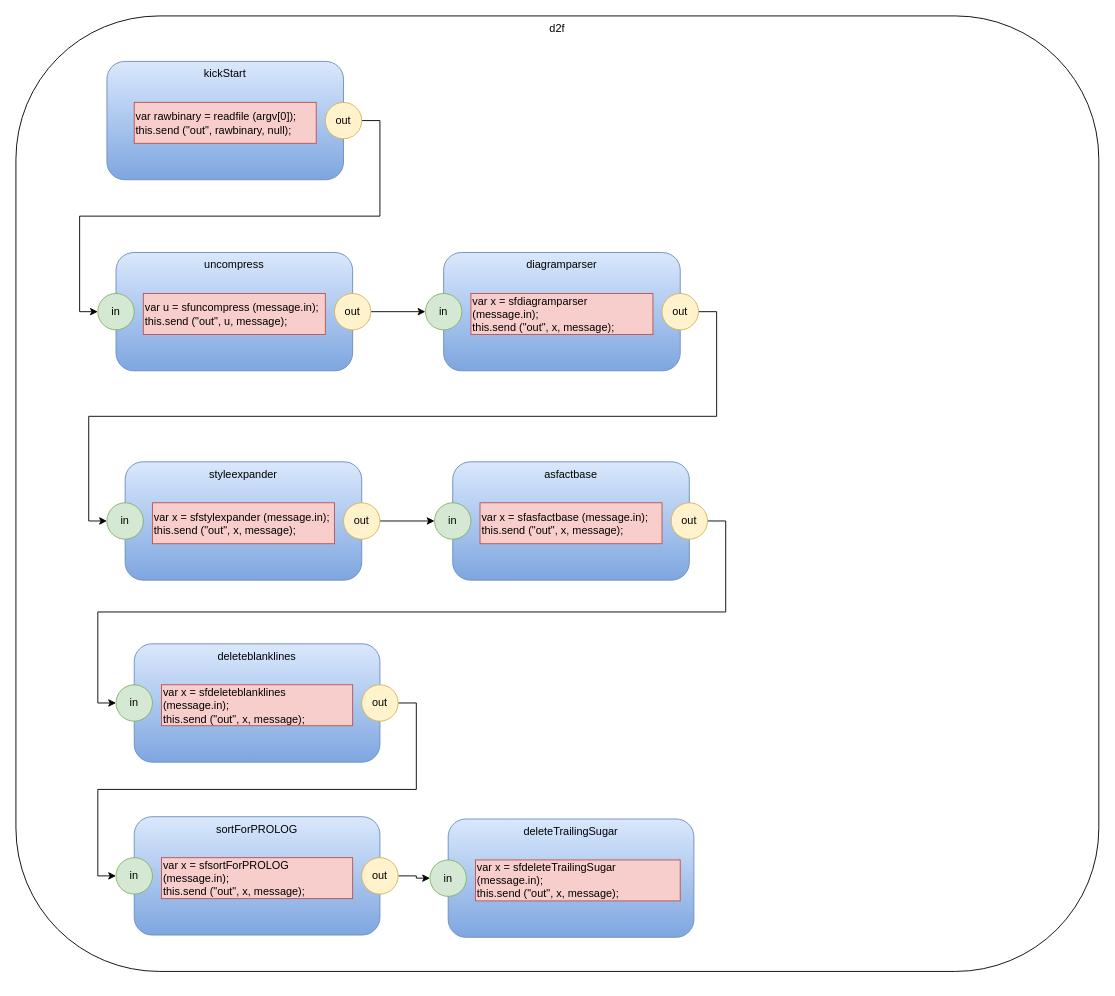
Earlier version of the draw.io diagram d2f.drawio (guitarvydas/d2json). Source tidied: cells renumbered, new cells numbered last; positions are measured from the earlier drawing's top-left corner, leaving out a move shared by most shapes. Both pictures are drawn from the tidied source at 91%, with x=0, y=0 at pixel (15, 15).
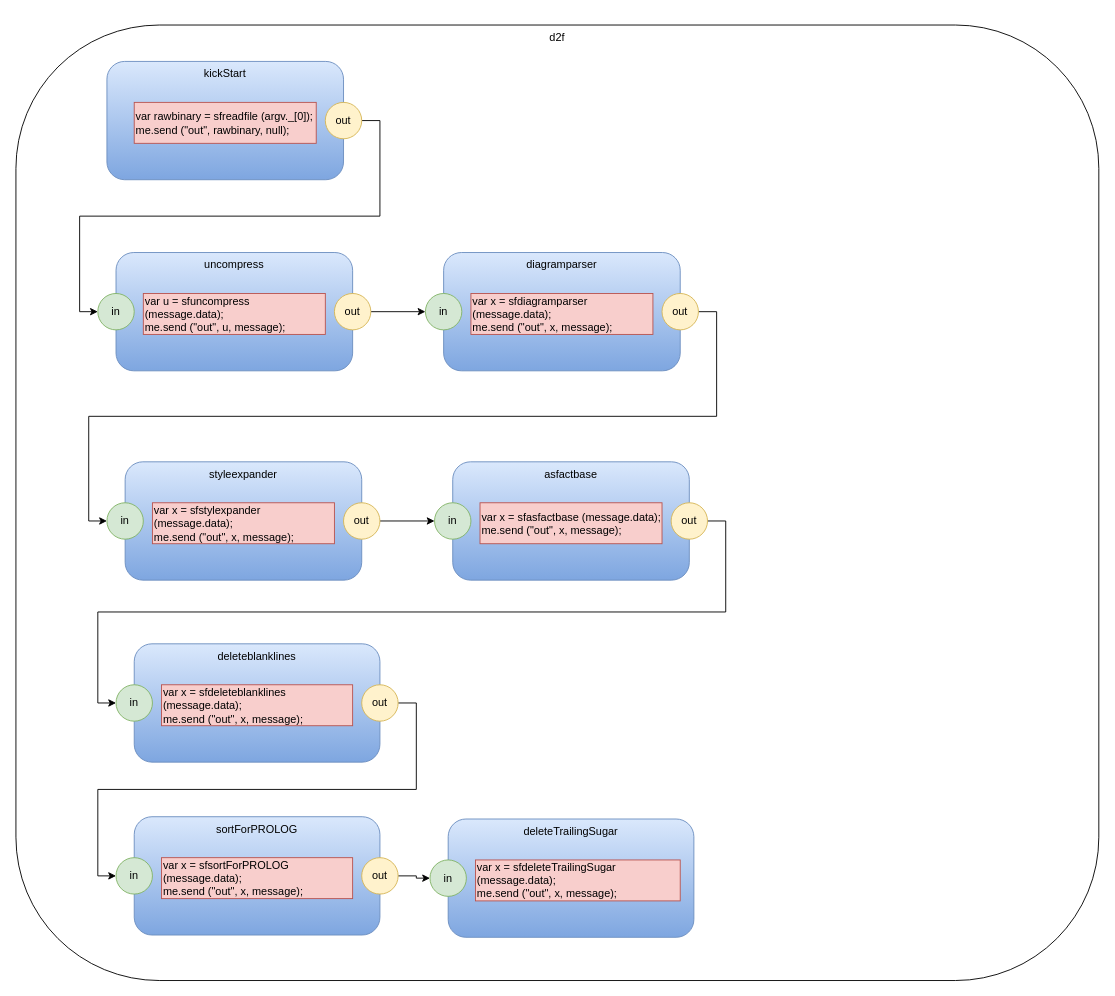
The same page after the edit.

Commit message (it also covers changes not shown here):
me. instead of this.

The edit, as a diff of the source:
```diff
@@
     <mxCell id="2" value="d2f" style="rounded=1;whiteSpace=wrap;html=1;verticalAlign=top;" parent="1" vertex="1">
-      <mxGeometry width="1190" height="1050" as="geometry" />
+      <mxGeometry y="10" width="1190" height="1050" as="geometry" />
     </mxCell>
@@
-    <mxCell id="5" value="var u = sfuncompress (message.in);&lt;br&gt;this.send (&quot;out&quot;, u, message);&lt;br&gt;&lt;div&gt;&lt;/div&gt;" style="rounded=0;whiteSpace=wrap;html=1;fillColor=#f8cecc;strokeColor=#b85450;align=left;" parent="1" vertex="1">
+    <mxCell id="5" value="var u = sfuncompress (message.data);&lt;br&gt;me.send (&quot;out&quot;, u, message);&lt;br&gt;&lt;div&gt;&lt;/div&gt;" style="rounded=0;whiteSpace=wrap;html=1;fillColor=#f8cecc;strokeColor=#b85450;align=left;" parent="1" vertex="1">
       <mxGeometry x="140" y="305" width="200" height="45" as="geometry" />
     </mxCell>
@@
-    <mxCell id="10" value="var x = sfdiagramparser (message.in);&lt;br&gt;this.send (&quot;out&quot;, x, message);&lt;br&gt;&lt;div&gt;&lt;/div&gt;" style="rounded=0;whiteSpace=wrap;html=1;fillColor=#f8cecc;strokeColor=#b85450;align=left;" parent="1" vertex="1">
+    <mxCell id="10" value="var x = sfdiagramparser (message.data);&lt;br&gt;me.send (&quot;out&quot;, x, message);&lt;br&gt;&lt;div&gt;&lt;/div&gt;" style="rounded=0;whiteSpace=wrap;html=1;fillColor=#f8cecc;strokeColor=#b85450;align=left;" parent="1" vertex="1">
       <mxGeometry x="500" y="305" width="200" height="45" as="geometry" />
     </mxCell>
@@
-    <mxCell id="14" value="var x = sfstylexpander (message.in);&lt;br&gt;this.send (&quot;out&quot;, x, message);&lt;br&gt;&lt;div&gt;&lt;/div&gt;" style="rounded=0;whiteSpace=wrap;html=1;fillColor=#f8cecc;strokeColor=#b85450;align=left;" parent="1" vertex="1">
+    <mxCell id="14" value="var x = sfstylexpander (message.data);&lt;br&gt;me.send (&quot;out&quot;, x, message);&lt;br&gt;&lt;div&gt;&lt;/div&gt;" style="rounded=0;whiteSpace=wrap;html=1;fillColor=#f8cecc;strokeColor=#b85450;align=left;" parent="1" vertex="1">
       <mxGeometry x="150" y="535" width="200" height="45" as="geometry" />
     </mxCell>
@@
-    <mxCell id="19" value="var x = sfasfactbase (message.in);&lt;br&gt;this.send (&quot;out&quot;, x, message);&lt;br&gt;&lt;div&gt;&lt;/div&gt;" style="rounded=0;whiteSpace=wrap;html=1;fillColor=#f8cecc;strokeColor=#b85450;align=left;" parent="1" vertex="1">
+    <mxCell id="19" value="var x = sfasfactbase (message.data);&lt;br&gt;me.send (&quot;out&quot;, x, message);&lt;br&gt;&lt;div&gt;&lt;/div&gt;" style="rounded=0;whiteSpace=wrap;html=1;fillColor=#f8cecc;strokeColor=#b85450;align=left;" parent="1" vertex="1">
       <mxGeometry x="510" y="535" width="200" height="45" as="geometry" />
     </mxCell>
@@
-    <mxCell id="24" value="var x = sfdeleteblanklines (message.in);&lt;br&gt;this.send (&quot;out&quot;, x, message);&lt;br&gt;&lt;div&gt;&lt;/div&gt;" style="rounded=0;whiteSpace=wrap;html=1;fillColor=#f8cecc;strokeColor=#b85450;align=left;" parent="1" vertex="1">
+    <mxCell id="24" value="var x = sfdeleteblanklines (message.data);&lt;br&gt;me.send (&quot;out&quot;, x, message);&lt;br&gt;&lt;div&gt;&lt;/div&gt;" style="rounded=0;whiteSpace=wrap;html=1;fillColor=#f8cecc;strokeColor=#b85450;align=left;" parent="1" vertex="1">
       <mxGeometry x="160" y="735" width="210" height="45" as="geometry" />
     </mxCell>
@@
-    <mxCell id="29" value="var x = sfsortForPROLOG (message.in);&lt;br&gt;this.send (&quot;out&quot;, x, message);&lt;br&gt;&lt;div&gt;&lt;/div&gt;" style="rounded=0;whiteSpace=wrap;html=1;fillColor=#f8cecc;strokeColor=#b85450;align=left;" parent="1" vertex="1">
+    <mxCell id="29" value="var x = sfsortForPROLOG (message.data);&lt;br&gt;me.send (&quot;out&quot;, x, message);&lt;br&gt;&lt;div&gt;&lt;/div&gt;" style="rounded=0;whiteSpace=wrap;html=1;fillColor=#f8cecc;strokeColor=#b85450;align=left;" parent="1" vertex="1">
       <mxGeometry x="160" y="925" width="210" height="45" as="geometry" />
     </mxCell>
@@
-    <mxCell id="34" value="var x = sfdeleteTrailingSugar (message.in);&lt;br&gt;this.send (&quot;out&quot;, x, message);&lt;br&gt;&lt;div&gt;&lt;/div&gt;" style="rounded=0;whiteSpace=wrap;html=1;fillColor=#f8cecc;strokeColor=#b85450;align=left;" parent="1" vertex="1">
+    <mxCell id="34" value="var x = sfdeleteTrailingSugar (message.data);&lt;br&gt;me.send (&quot;out&quot;, x, message);&lt;br&gt;&lt;div&gt;&lt;/div&gt;" style="rounded=0;whiteSpace=wrap;html=1;fillColor=#f8cecc;strokeColor=#b85450;align=left;" parent="1" vertex="1">
       <mxGeometry x="505" y="927.5" width="225" height="45" as="geometry" />
     </mxCell>
@@
-    <mxCell id="37" value="var rawbinary = readfile (argv[0]);&lt;br&gt;this.send (&quot;out&quot;, rawbinary, null);&lt;br&gt;&lt;div&gt;&lt;/div&gt;" style="rounded=0;whiteSpace=wrap;html=1;fillColor=#f8cecc;strokeColor=#b85450;align=left;" parent="1" vertex="1">
+    <mxCell id="37" value="var rawbinary = sfreadfile (argv._[0]);&lt;br&gt;me.send (&quot;out&quot;, rawbinary, null);&lt;br&gt;&lt;div&gt;&lt;/div&gt;" style="rounded=0;whiteSpace=wrap;html=1;fillColor=#f8cecc;strokeColor=#b85450;align=left;" parent="1" vertex="1">
       <mxGeometry x="130" y="95" width="200" height="45" as="geometry" />
     </mxCell>
```
